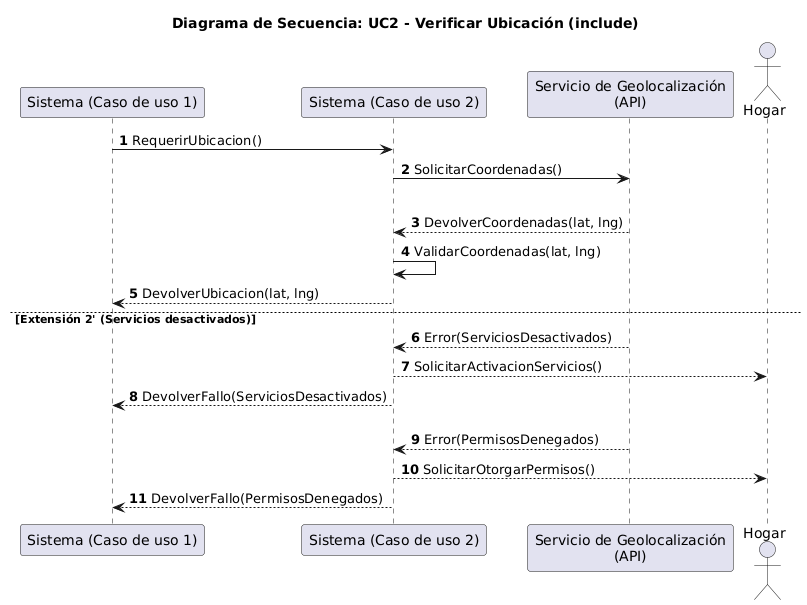
This is 04_ayudantia/US2_SEC.png from diss17/proyecto_is1, a PlantUML export, as it was before one commit.
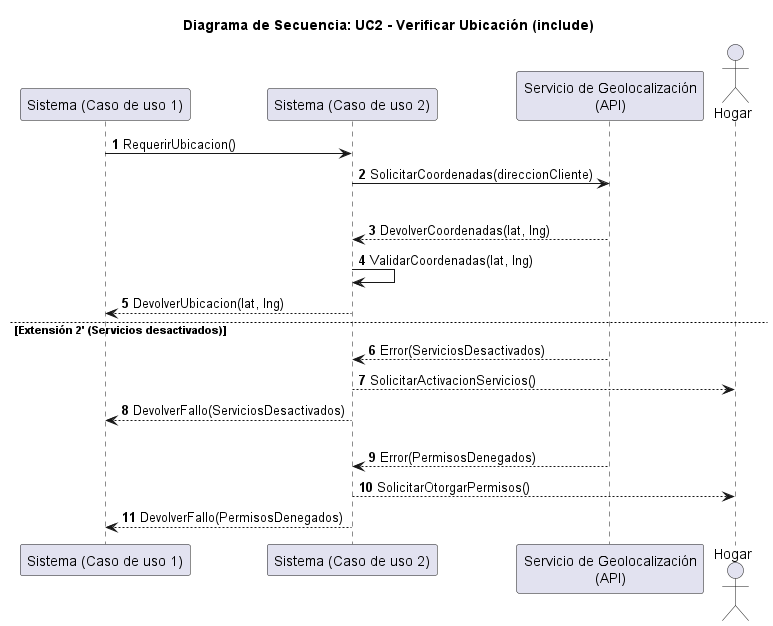
The same diagram one commit later.

Change to the diagram source:
```diff
@@ -10,7 +10,7 @@
 UC1 -> UC2: RequerirUbicacion()
 
 
-UC2 -> GPS: SolicitarCoordenadas()
+UC2 -> GPS: SolicitarCoordenadas(direccionCliente)
 
 alt Flujo Principal (Éxito)
     GPS --> UC2: DevolverCoordenadas(lat, lng)
```
